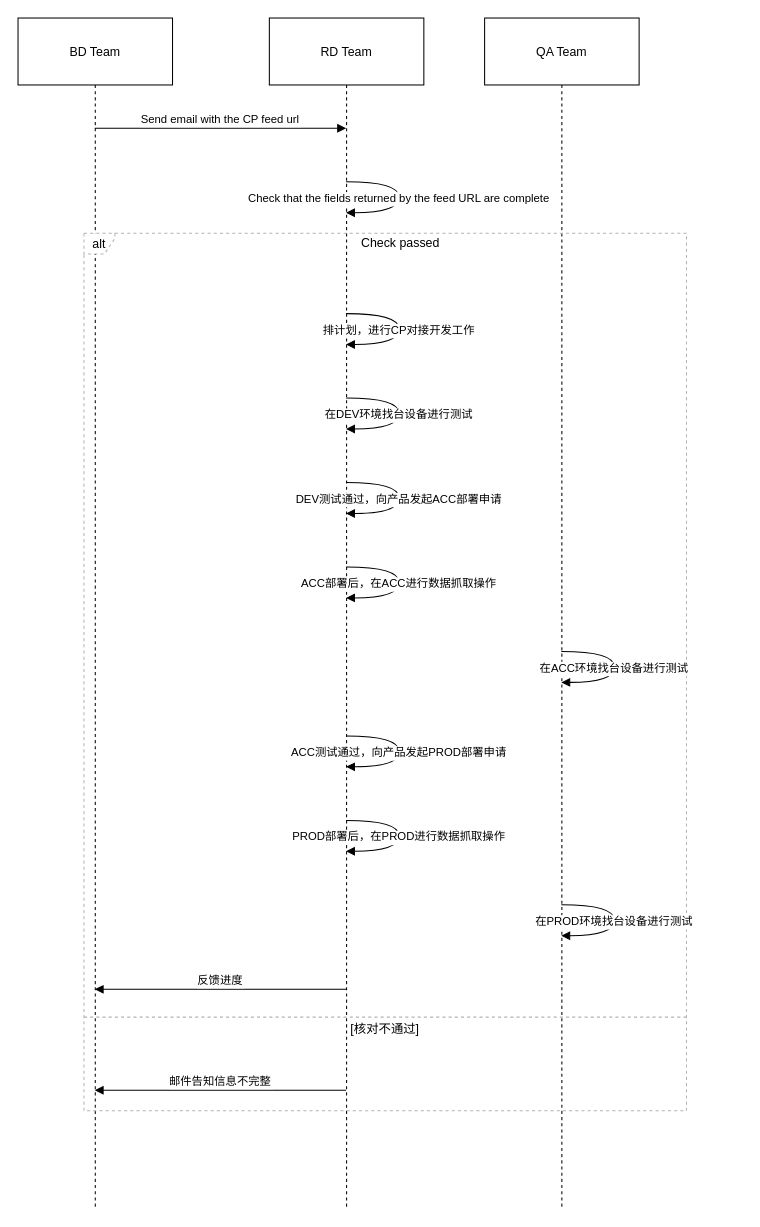
stevezhouht/baiduCDP keeps this draw.io diagram as update/cp对接流程.drawio. Above is the earlier version. Source tidied: cells renumbered, new cells numbered last; positions are measured from the earlier drawing's top-left corner, leaving out a move shared by most shapes. Both pictures are drawn from the tidied source at 103%, with x=0, y=0 at pixel (18, 18).
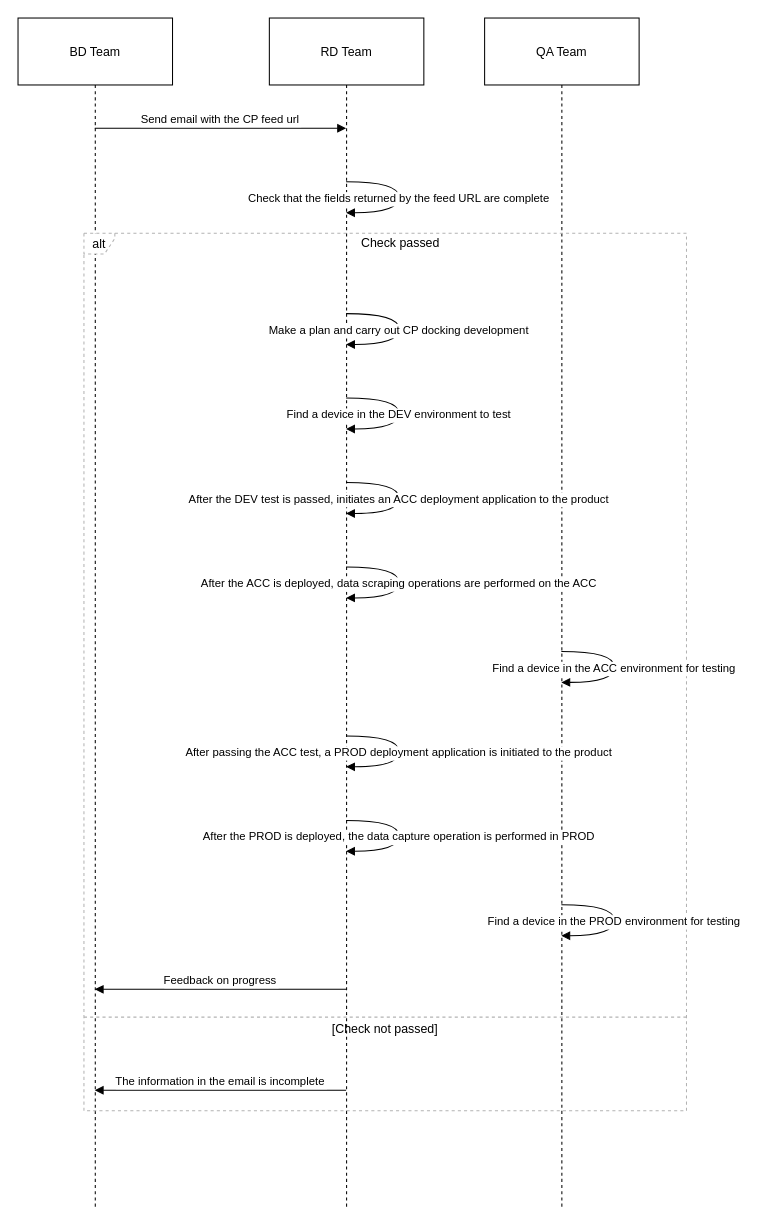
After the change.

Commit message (it also covers changes not shown here):
更新cp对接流程.drawio

The change refers to these unchanged cells:
```xml
<mxCell id="2" value="BD Team" style="shape=umlLifeline;perimeter=lifelinePerimeter;whiteSpace=wrap;outlineConnect=0;portConstraint=eastwest;newEdgeStyle={&quot;edgeStyle&quot;:&quot;elbowEdgeStyle&quot;,&quot;elbow&quot;:&quot;vertical&quot;,&quot;curved&quot;:0,&quot;rounded&quot;:0};size=65;" parent="1" vertex="1">
  <mxGeometry width="150" height="1156" as="geometry" />
</mxCell>
<mxCell id="3" value="RD Team" style="shape=umlLifeline;perimeter=lifelinePerimeter;whiteSpace=wrap;outlineConnect=0;portConstraint=eastwest;newEdgeStyle={&quot;edgeStyle&quot;:&quot;elbowEdgeStyle&quot;,&quot;elbow&quot;:&quot;vertical&quot;,&quot;curved&quot;:0,&quot;rounded&quot;:0};size=65;" parent="1" vertex="1">
  <mxGeometry x="244" width="150" height="1156" as="geometry" />
</mxCell>
<mxCell id="4" value="QA Team" style="shape=umlLifeline;perimeter=lifelinePerimeter;whiteSpace=wrap;outlineConnect=0;portConstraint=eastwest;newEdgeStyle={&quot;edgeStyle&quot;:&quot;elbowEdgeStyle&quot;,&quot;elbow&quot;:&quot;vertical&quot;,&quot;curved&quot;:0,&quot;rounded&quot;:0};size=65;" parent="1" vertex="1">
  <mxGeometry x="453" width="150" height="1156" as="geometry" />
</mxCell>
<mxCell id="5" value="alt" style="shape=umlFrame;dashed=1;strokeColor=#B3B3B3;height=20;width=30;" parent="1" vertex="1">
  <mxGeometry x="64" y="209" width="585" height="852" as="geometry" />
</mxCell>
```

What changed in the source:
```diff
@@
-    <mxCell id="7" value="[核对不通过]" style="shape=line;dashed=1;whiteSpace=wrap;verticalAlign=top;labelPosition=center;verticalLabelPosition=middle;align=center;strokeColor=#B3B3B3;" parent="5" vertex="1">
+    <mxCell id="7" value="[Check not passed]" style="shape=line;dashed=1;whiteSpace=wrap;verticalAlign=top;labelPosition=center;verticalLabelPosition=middle;align=center;strokeColor=#B3B3B3;" parent="5" vertex="1">
       <mxGeometry y="759" width="585" height="4" as="geometry" />
     </mxCell>
@@
-    <mxCell id="10" value="排计划，进行CP对接开发工作" style="curved=1;endArrow=block;rounded=0;" parent="1" edge="1" source="3" target="3">
+    <mxCell id="10" value="Make a plan and carry out CP docking development" style="curved=1;endArrow=block;rounded=0;" parent="1" edge="1" source="3" target="3">
       <mxGeometry relative="1" as="geometry">
         <Array as="points">
           <mxPoint x="370" y="287" />
           <mxPoint x="370" y="317" />
         </Array>
       </mxGeometry>
     </mxCell>
-    <mxCell id="11" value="在DEV环境找台设备进行测试" style="curved=1;endArrow=block;rounded=0;" parent="1" edge="1" source="3" target="3">
+    <mxCell id="11" value="Find a device in the DEV environment to test" style="curved=1;endArrow=block;rounded=0;" parent="1" edge="1" source="3" target="3">
       <mxGeometry relative="1" as="geometry">
         <Array as="points">
           <mxPoint x="370" y="369" />
           <mxPoint x="370" y="399" />
         </Array>
       </mxGeometry>
     </mxCell>
-    <mxCell id="12" value="DEV测试通过，向产品发起ACC部署申请" style="curved=1;endArrow=block;rounded=0;" parent="1" edge="1" source="3" target="3">
+    <mxCell id="12" value="After the DEV test is passed, initiates an ACC deployment application to the product" style="curved=1;endArrow=block;rounded=0;" parent="1" edge="1" source="3" target="3">
       <mxGeometry relative="1" as="geometry">
         <Array as="points">
           <mxPoint x="370" y="451" />
           <mxPoint x="370" y="481" />
         </Array>
       </mxGeometry>
     </mxCell>
-    <mxCell id="13" value="ACC部署后，在ACC进行数据抓取操作" style="curved=1;endArrow=block;rounded=0;" parent="1" edge="1" source="3" target="3">
+    <mxCell id="13" value="After the ACC is deployed, data scraping operations are performed on the ACC" style="curved=1;endArrow=block;rounded=0;" parent="1" edge="1" source="3" target="3">
       <mxGeometry relative="1" as="geometry">
         <Array as="points">
           <mxPoint x="370" y="533" />
           <mxPoint x="370" y="563" />
         </Array>
       </mxGeometry>
     </mxCell>
-    <mxCell id="14" value="在ACC环境找台设备进行测试" style="curved=1;endArrow=block;rounded=0;" parent="1" edge="1" source="4" target="4">
+    <mxCell id="14" value="Find a device in the ACC environment for testing" style="curved=1;endArrow=block;rounded=0;" parent="1" edge="1" source="4" target="4">
       <mxGeometry relative="1" as="geometry">
         <Array as="points">
           <mxPoint x="579" y="615" />
           <mxPoint x="579" y="645" />
         </Array>
       </mxGeometry>
     </mxCell>
-    <mxCell id="15" value="ACC测试通过，向产品发起PROD部署申请" style="curved=1;endArrow=block;rounded=0;" parent="1" edge="1" source="3" target="3">
+    <mxCell id="15" value="After passing the ACC test, a PROD deployment application is initiated to the product" style="curved=1;endArrow=block;rounded=0;" parent="1" edge="1" source="3" target="3">
       <mxGeometry relative="1" as="geometry">
         <Array as="points">
           <mxPoint x="370" y="697" />
           <mxPoint x="370" y="727" />
         </Array>
       </mxGeometry>
     </mxCell>
-    <mxCell id="16" value="PROD部署后，在PROD进行数据抓取操作" style="curved=1;endArrow=block;rounded=0;" parent="1" edge="1" source="3" target="3">
+    <mxCell id="16" value="After the PROD is deployed, the data capture operation is performed in PROD" style="curved=1;endArrow=block;rounded=0;" parent="1" edge="1" source="3" target="3">
       <mxGeometry relative="1" as="geometry">
         <Array as="points">
           <mxPoint x="370" y="779" />
           <mxPoint x="370" y="809" />
         </Array>
       </mxGeometry>
     </mxCell>
-    <mxCell id="17" value="在PROD环境找台设备进行测试" style="curved=1;endArrow=block;rounded=0;" parent="1" edge="1" source="4" target="4">
+    <mxCell id="17" value="Find a device in the PROD environment for testing" style="curved=1;endArrow=block;rounded=0;" parent="1" edge="1" source="4" target="4">
       <mxGeometry relative="1" as="geometry">
         <Array as="points">
           <mxPoint x="579" y="861" />
           <mxPoint x="579" y="891" />
         </Array>
       </mxGeometry>
     </mxCell>
-    <mxCell id="18" value="反馈进度" style="verticalAlign=bottom;edgeStyle=elbowEdgeStyle;elbow=vertical;curved=0;rounded=0;endArrow=block;" parent="1" edge="1" source="3" target="2">
+    <mxCell id="18" value="Feedback on progress" style="verticalAlign=bottom;edgeStyle=elbowEdgeStyle;elbow=vertical;curved=0;rounded=0;endArrow=block;" parent="1" edge="1" source="3" target="2">
       <mxGeometry relative="1" as="geometry">
         <Array as="points">
           <mxPoint x="209" y="943" />
         </Array>
       </mxGeometry>
     </mxCell>
-    <mxCell id="19" value="邮件告知信息不完整" style="verticalAlign=bottom;edgeStyle=elbowEdgeStyle;elbow=vertical;curved=0;rounded=0;endArrow=block;" parent="1" edge="1" source="3" target="2">
+    <mxCell id="19" value="The information in the email is incomplete" style="verticalAlign=bottom;edgeStyle=elbowEdgeStyle;elbow=vertical;curved=0;rounded=0;endArrow=block;" parent="1" edge="1" source="3" target="2">
       <mxGeometry relative="1" as="geometry">
         <Array as="points">
           <mxPoint x="209" y="1041" />
         </Array>
       </mxGeometry>
     </mxCell>
```
